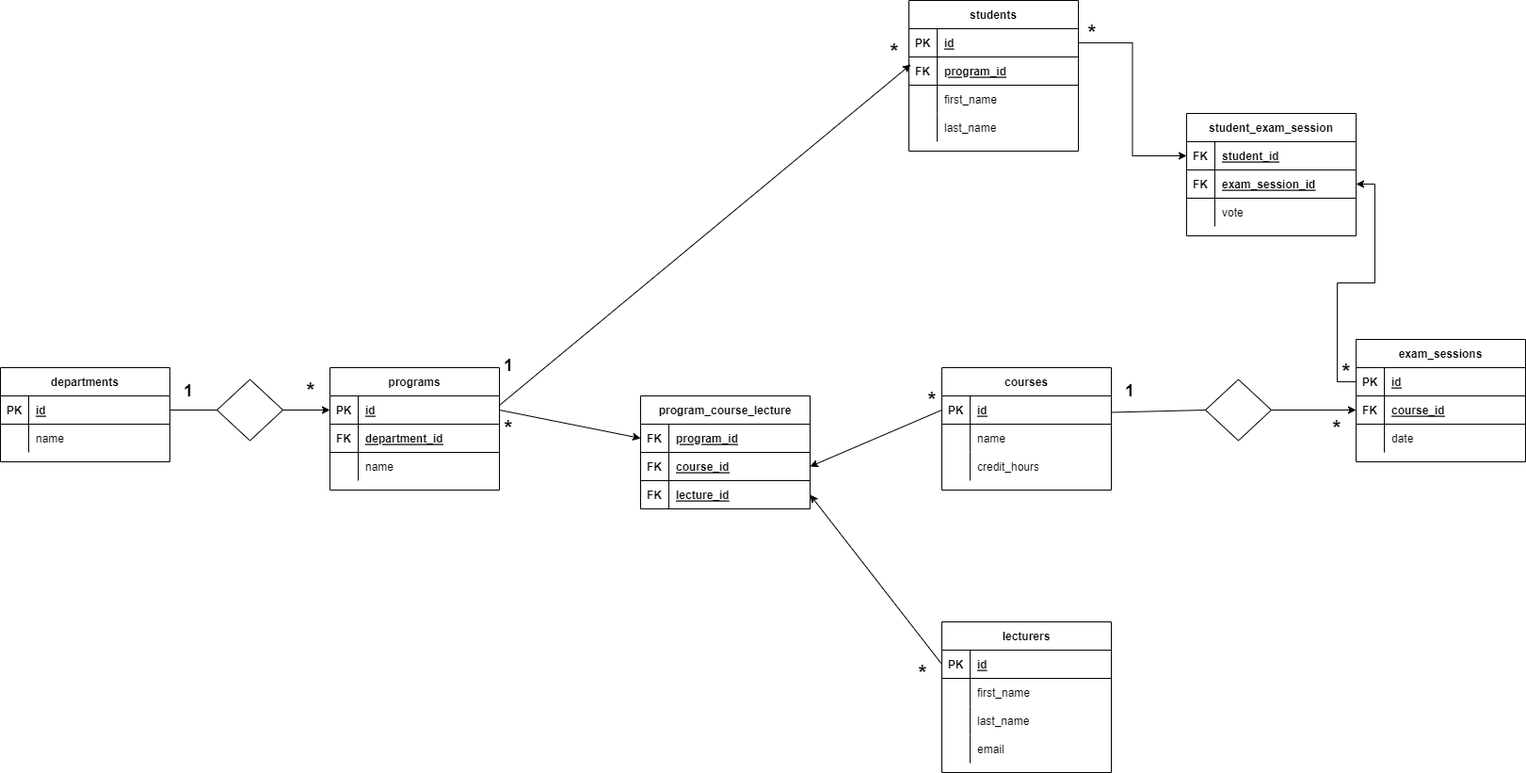
SaBobic/db-university keeps this draw.io diagram as db-university.png. Above is the earlier version. Source tidied: cells renumbered, new cells last; positions are measured from the earlier drawing's top-left corner, leaving out a move shared by most shapes.
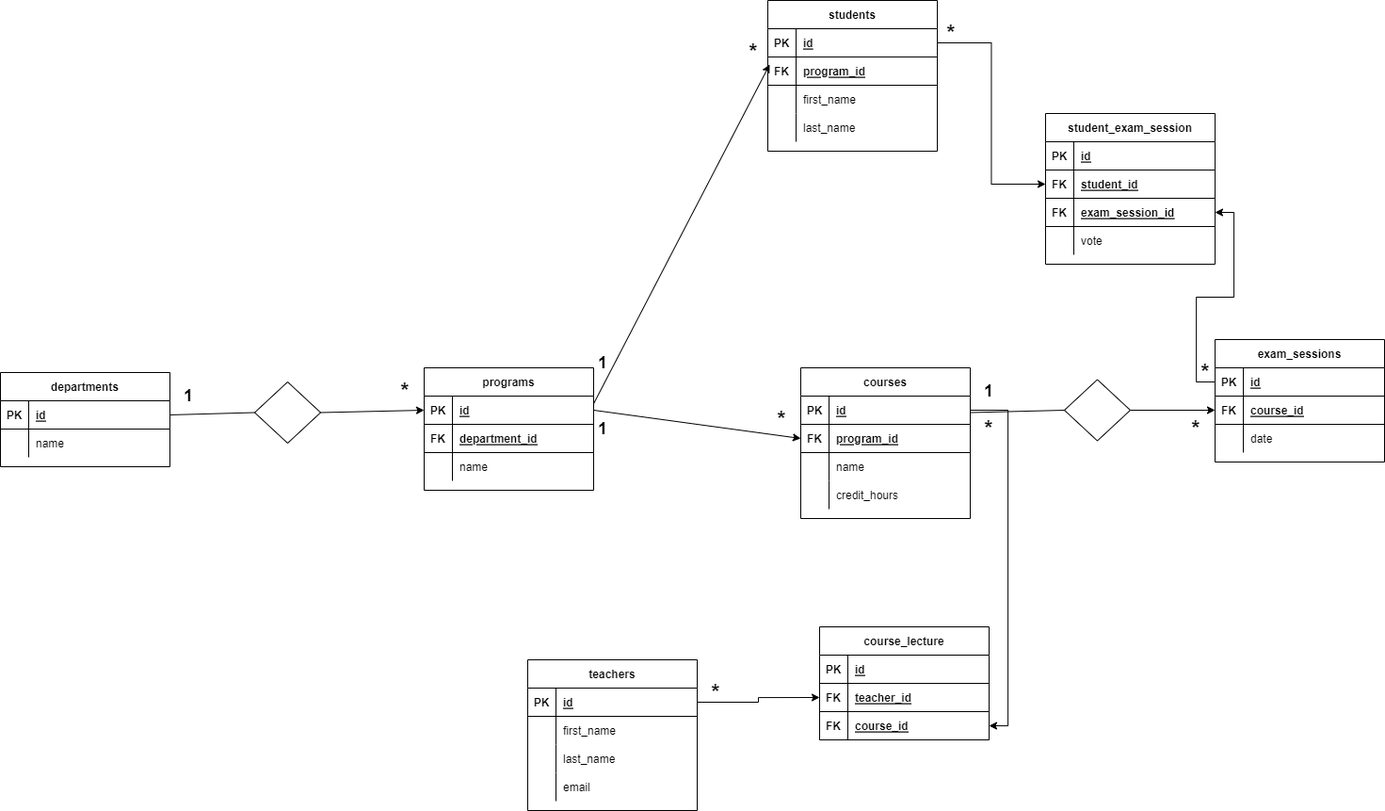
After the change.

The edit, as a diff of the source:
```diff
@@ -5,3 +5,3 @@
     <mxCell id="2" value="departments" style="shape=table;startSize=30;rowLines=0;fontStyle=1;align=center;" parent="1" vertex="1">
-      <mxGeometry y="390" width="180" height="100" as="geometry" />
+      <mxGeometry x="150" y="395" width="180" height="100" as="geometry" />
     </mxCell>
@@ -26,3 +26,3 @@
     <mxCell id="9" value="programs" style="shape=table;startSize=30;rowLines=0;fontStyle=1;align=center;" parent="1" vertex="1">
-      <mxGeometry x="350" y="390" width="180" height="130" as="geometry" />
+      <mxGeometry x="600" y="390" width="180" height="130" as="geometry" />
     </mxCell>
@@ -59,9 +59,6 @@
     <mxCell id="20" value="&lt;b&gt;&lt;font style=&quot;font-size: 18px;&quot;&gt;1&lt;/font&gt;&lt;/b&gt;" style="text;html=1;strokeColor=none;fillColor=none;align=center;verticalAlign=middle;whiteSpace=wrap;rounded=0;" parent="1" vertex="1">
-      <mxGeometry x="170" y="400" width="60" height="30" as="geometry" />
+      <mxGeometry x="320" y="405" width="60" height="30" as="geometry" />
     </mxCell>
-    <mxCell id="21" value="&lt;b&gt;&lt;font style=&quot;font-size: 23px;&quot;&gt;*&lt;/font&gt;&lt;/b&gt;" style="text;html=1;strokeColor=none;fillColor=none;align=center;verticalAlign=middle;whiteSpace=wrap;rounded=0;" parent="1" vertex="1">
-      <mxGeometry x="300" y="400" width="60" height="30" as="geometry" />
-    </mxCell>
     <mxCell id="22" value="courses" style="shape=table;startSize=30;rowLines=0;fontStyle=1;align=center;" parent="1" vertex="1">
-      <mxGeometry x="1000" y="390" width="180" height="130" as="geometry" />
+      <mxGeometry x="1000" y="390" width="180" height="160" as="geometry" />
     </mxCell>
@@ -76,4 +73,13 @@
     </mxCell>
+    <mxCell id="109" style="shape=tableRow;horizontal=0;startSize=0;swimlaneHead=0;swimlaneBody=0;fillColor=none;points=[[0,0.5],[1,0.5]];portConstraint=eastwest;top=0;left=0;right=0;bottom=1;" parent="22" vertex="1">
+      <mxGeometry y="60" width="180" height="30" as="geometry" />
+    </mxCell>
+    <mxCell id="110" value="FK" style="shape=partialRectangle;fillColor=none;top=0;left=0;bottom=0;right=0;fontStyle=1;overflow=hidden;" parent="109" vertex="1">
+      <mxGeometry width="30" height="30" as="geometry" />
+    </mxCell>
+    <mxCell id="38" value="program_id" style="shape=partialRectangle;fillColor=none;top=0;left=0;bottom=0;right=0;align=left;spacingLeft=6;fontStyle=5;overflow=hidden;" parent="109" vertex="1">
+      <mxGeometry x="30" width="150" height="30" as="geometry" />
+    </mxCell>
     <mxCell id="26" style="shape=tableRow;horizontal=0;startSize=0;swimlaneHead=0;swimlaneBody=0;fillColor=none;top=0;left=0;right=0;bottom=0;" parent="22" vertex="1">
-      <mxGeometry y="60" width="180" height="30" as="geometry" />
+      <mxGeometry y="90" width="180" height="30" as="geometry" />
     </mxCell>
@@ -86,3 +92,3 @@
     <mxCell id="29" style="shape=tableRow;horizontal=0;startSize=0;swimlaneHead=0;swimlaneBody=0;fillColor=none;top=0;left=0;right=0;bottom=0;" parent="22" vertex="1">
-      <mxGeometry y="90" width="180" height="30" as="geometry" />
+      <mxGeometry y="120" width="180" height="30" as="geometry" />
     </mxCell>
@@ -94,7 +100,10 @@
     </mxCell>
+    <mxCell id="21" value="&lt;b&gt;&lt;font style=&quot;font-size: 23px;&quot;&gt;*&lt;/font&gt;&lt;/b&gt;" style="text;html=1;strokeColor=none;fillColor=none;align=center;verticalAlign=middle;whiteSpace=wrap;rounded=0;" parent="1" vertex="1">
+      <mxGeometry x="550" y="400" width="60" height="30" as="geometry" />
+    </mxCell>
     <mxCell id="32" value="&lt;b&gt;&lt;font style=&quot;font-size: 23px;&quot;&gt;*&lt;/font&gt;&lt;/b&gt;" style="text;html=1;strokeColor=none;fillColor=none;align=center;verticalAlign=middle;whiteSpace=wrap;rounded=0;" parent="1" vertex="1">
-      <mxGeometry x="960" y="410" width="60" height="30" as="geometry" />
+      <mxGeometry x="950" y="430" width="60" height="30" as="geometry" />
     </mxCell>
     <mxCell id="33" style="rhombus;whiteSpace=wrap;html=1;fontSize=23;" parent="1" vertex="1">
-      <mxGeometry x="230" y="402.5" width="70" height="65" as="geometry" />
+      <mxGeometry x="420" y="405" width="70" height="65" as="geometry" />
     </mxCell>
@@ -103,43 +112,7 @@
     </mxCell>
-    <mxCell id="35" value="program_course_lecture" style="shape=table;startSize=30;rowLines=0;fontStyle=1;align=center;" parent="1" vertex="1">
-      <mxGeometry x="680" y="420" width="180" height="120" as="geometry" />
-    </mxCell>
-    <mxCell id="36" style="shape=tableRow;horizontal=0;startSize=0;swimlaneHead=0;swimlaneBody=0;fillColor=none;points=[[0,0.5],[1,0.5]];portConstraint=eastwest;top=0;left=0;right=0;bottom=1;" parent="35" vertex="1">
-      <mxGeometry y="30" width="180" height="30" as="geometry" />
-    </mxCell>
-    <mxCell id="37" value="FK" style="shape=partialRectangle;fillColor=none;top=0;left=0;bottom=0;right=0;fontStyle=1;overflow=hidden;" parent="36" vertex="1">
-      <mxGeometry width="30" height="30" as="geometry" />
-    </mxCell>
-    <mxCell id="38" value="program_id" style="shape=partialRectangle;fillColor=none;top=0;left=0;bottom=0;right=0;align=left;spacingLeft=6;fontStyle=5;overflow=hidden;" parent="36" vertex="1">
-      <mxGeometry x="30" width="150" height="30" as="geometry" />
-    </mxCell>
-    <mxCell id="39" style="shape=tableRow;horizontal=0;startSize=0;swimlaneHead=0;swimlaneBody=0;fillColor=none;points=[[0,0.5],[1,0.5]];portConstraint=eastwest;top=0;left=0;right=0;bottom=1;" parent="35" vertex="1">
-      <mxGeometry y="60" width="180" height="30" as="geometry" />
-    </mxCell>
-    <mxCell id="40" value="FK" style="shape=partialRectangle;fillColor=none;top=0;left=0;bottom=0;right=0;fontStyle=1;overflow=hidden;" parent="39" vertex="1">
-      <mxGeometry width="30" height="30" as="geometry" />
-    </mxCell>
-    <mxCell id="41" value="course_id" style="shape=partialRectangle;fillColor=none;top=0;left=0;bottom=0;right=0;align=left;spacingLeft=6;fontStyle=5;overflow=hidden;" parent="39" vertex="1">
-      <mxGeometry x="30" width="150" height="30" as="geometry" />
-    </mxCell>
-    <mxCell id="42" style="shape=tableRow;horizontal=0;startSize=0;swimlaneHead=0;swimlaneBody=0;fillColor=none;points=[[0,0.5],[1,0.5]];portConstraint=eastwest;top=0;left=0;right=0;bottom=1;" parent="35" vertex="1">
-      <mxGeometry y="90" width="180" height="30" as="geometry" />
-    </mxCell>
-    <mxCell id="43" value="FK" style="shape=partialRectangle;fillColor=none;top=0;left=0;bottom=0;right=0;fontStyle=1;overflow=hidden;" parent="42" vertex="1">
-      <mxGeometry width="30" height="30" as="geometry" />
-    </mxCell>
-    <mxCell id="44" value="lecture_id" style="shape=partialRectangle;fillColor=none;top=0;left=0;bottom=0;right=0;align=left;spacingLeft=6;fontStyle=5;overflow=hidden;" parent="42" vertex="1">
-      <mxGeometry x="30" width="150" height="30" as="geometry" />
-    </mxCell>
-    <mxCell id="45" style="endArrow=classic;html=1;rounded=0;fontSize=23;exitX=1;exitY=0.5;exitDx=0;exitDy=0;entryX=0;entryY=0.5;entryDx=0;entryDy=0;" parent="1" edge="1" source="10" target="36">
+    <mxCell id="45" style="endArrow=classic;html=1;rounded=0;fontSize=23;exitX=1;exitY=0.5;exitDx=0;exitDy=0;entryX=0;entryY=0.5;entryDx=0;entryDy=0;" parent="1" edge="1" source="10" target="109">
       <mxGeometry relative="1" as="geometry" />
     </mxCell>
-    <mxCell id="46" style="endArrow=classic;html=1;rounded=0;fontSize=23;exitX=0;exitY=0.5;exitDx=0;exitDy=0;entryX=1;entryY=0.5;entryDx=0;entryDy=0;" parent="1" edge="1" source="23" target="39">
-      <mxGeometry relative="1" as="geometry" />
-    </mxCell>
-    <mxCell id="47" value="&lt;b&gt;&lt;font style=&quot;font-size: 23px;&quot;&gt;*&lt;/font&gt;&lt;/b&gt;" style="text;html=1;strokeColor=none;fillColor=none;align=center;verticalAlign=middle;whiteSpace=wrap;rounded=0;" parent="1" vertex="1">
-      <mxGeometry x="510" y="440" width="60" height="30" as="geometry" />
-    </mxCell>
-    <mxCell id="48" value="lecturers" style="shape=table;startSize=30;rowLines=0;fontStyle=1;align=center;" parent="1" vertex="1">
-      <mxGeometry x="1000" y="660" width="180" height="160" as="geometry" />
+    <mxCell id="48" value="teachers" style="shape=table;startSize=30;rowLines=0;fontStyle=1;align=center;" parent="1" vertex="1">
+      <mxGeometry x="710" y="700" width="180" height="160" as="geometry" />
     </mxCell>
@@ -181,5 +154,2 @@
     </mxCell>
-    <mxCell id="61" style="endArrow=classic;html=1;rounded=0;fontSize=23;exitX=0;exitY=0.5;exitDx=0;exitDy=0;entryX=1;entryY=0.5;entryDx=0;entryDy=0;" parent="1" edge="1" source="49" target="42">
-      <mxGeometry relative="1" as="geometry" />
-    </mxCell>
     <mxCell id="62" value="exam_sessions" style="shape=table;startSize=30;rowLines=0;fontStyle=1;align=center;" parent="1" vertex="1">
@@ -225,5 +195,2 @@
     </mxCell>
-    <mxCell id="75" value="&lt;b&gt;&lt;font style=&quot;font-size: 23px;&quot;&gt;*&lt;/font&gt;&lt;/b&gt;" style="text;html=1;strokeColor=none;fillColor=none;align=center;verticalAlign=middle;whiteSpace=wrap;rounded=0;" parent="1" vertex="1">
-      <mxGeometry x="950" y="700" width="60" height="30" as="geometry" />
-    </mxCell>
     <mxCell id="76" value="&lt;b&gt;&lt;font style=&quot;font-size: 23px;&quot;&gt;*&lt;/font&gt;&lt;/b&gt;" style="text;html=1;strokeColor=none;fillColor=none;align=center;verticalAlign=middle;whiteSpace=wrap;rounded=0;" parent="1" vertex="1">
@@ -273,9 +240,7 @@
     </mxCell>
-    <mxCell id="91" style="endArrow=classic;html=1;rounded=0;fontSize=23;exitX=1;exitY=0.5;exitDx=0;exitDy=0;entryX=0.011;entryY=0.267;entryDx=0;entryDy=0;entryPerimeter=0;" parent="1" edge="1" target="82">
-      <mxGeometry relative="1" as="geometry">
-        <mxPoint x="530" y="430" as="sourcePoint" />
-      </mxGeometry>
+    <mxCell id="91" style="endArrow=classic;html=1;rounded=0;fontSize=23;exitX=1.002;exitY=0.249;exitDx=0;exitDy=0;entryX=0.011;entryY=0.267;entryDx=0;entryDy=0;entryPerimeter=0;exitPerimeter=0;" parent="1" edge="1" source="10" target="82">
+      <mxGeometry relative="1" as="geometry" />
     </mxCell>
     <mxCell id="92" value="&lt;b&gt;&lt;font style=&quot;font-size: 18px;&quot;&gt;1&lt;/font&gt;&lt;/b&gt;" style="text;html=1;strokeColor=none;fillColor=none;align=center;verticalAlign=middle;whiteSpace=wrap;rounded=0;" parent="1" vertex="1">
-      <mxGeometry x="510" y="372.5" width="60" height="30" as="geometry" />
+      <mxGeometry x="760" y="370" width="60" height="30" as="geometry" />
     </mxCell>
@@ -285,6 +250,15 @@
     <mxCell id="94" value="student_exam_session" style="shape=table;startSize=30;rowLines=0;fontStyle=1;align=center;" parent="1" vertex="1">
-      <mxGeometry x="1260" y="120" width="180" height="130" as="geometry" />
+      <mxGeometry x="1260" y="120" width="180" height="160" as="geometry" />
     </mxCell>
+    <mxCell id="111" style="shape=tableRow;horizontal=0;startSize=0;swimlaneHead=0;swimlaneBody=0;fillColor=none;top=0;left=0;right=0;bottom=1;" parent="94" vertex="1">
+      <mxGeometry y="30" width="180" height="30" as="geometry" />
+    </mxCell>
+    <mxCell id="112" value="PK" style="shape=partialRectangle;fillColor=none;top=0;left=0;bottom=0;right=0;fontStyle=1;overflow=hidden;" parent="111" vertex="1">
+      <mxGeometry width="30" height="30" as="geometry" />
+    </mxCell>
+    <mxCell id="113" value="id" style="shape=partialRectangle;fillColor=none;top=0;left=0;bottom=0;right=0;align=left;spacingLeft=6;fontStyle=5;overflow=hidden;" parent="111" vertex="1">
+      <mxGeometry x="30" width="150" height="30" as="geometry" />
+    </mxCell>
     <mxCell id="95" style="shape=tableRow;horizontal=0;startSize=0;swimlaneHead=0;swimlaneBody=0;fillColor=none;points=[[0,0.5],[1,0.5]];portConstraint=eastwest;top=0;left=0;right=0;bottom=1;" parent="94" vertex="1">
-      <mxGeometry y="30" width="180" height="30" as="geometry" />
+      <mxGeometry y="60" width="180" height="30" as="geometry" />
     </mxCell>
@@ -297,3 +271,3 @@
     <mxCell id="98" style="shape=tableRow;horizontal=0;startSize=0;swimlaneHead=0;swimlaneBody=0;fillColor=none;points=[[0,0.5],[1,0.5]];portConstraint=eastwest;top=0;left=0;right=0;bottom=1;" parent="94" vertex="1">
-      <mxGeometry y="60" width="180" height="30" as="geometry" />
+      <mxGeometry y="90" width="180" height="30" as="geometry" />
     </mxCell>
@@ -306,3 +280,3 @@
     <mxCell id="101" style="shape=tableRow;horizontal=0;startSize=0;swimlaneHead=0;swimlaneBody=0;fillColor=none;top=0;left=0;right=0;bottom=0;" parent="94" vertex="1">
-      <mxGeometry y="90" width="180" height="30" as="geometry" />
+      <mxGeometry y="120" width="180" height="30" as="geometry" />
     </mxCell>
@@ -329,2 +303,47 @@
     </mxCell>
+    <mxCell id="114" value="&lt;b&gt;&lt;font style=&quot;font-size: 18px;&quot;&gt;1&lt;/font&gt;&lt;/b&gt;" style="text;html=1;strokeColor=none;fillColor=none;align=center;verticalAlign=middle;whiteSpace=wrap;rounded=0;" parent="1" vertex="1">
+      <mxGeometry x="760" y="440" width="60" height="30" as="geometry" />
+    </mxCell>
+    <mxCell id="115" value="course_lecture" style="shape=table;startSize=30;rowLines=0;fontStyle=1;align=center;" parent="1" vertex="1">
+      <mxGeometry x="1020" y="665" width="180" height="120" as="geometry" />
+    </mxCell>
+    <mxCell id="116" style="shape=tableRow;horizontal=0;startSize=0;swimlaneHead=0;swimlaneBody=0;fillColor=none;top=0;left=0;right=0;bottom=1;" parent="115" vertex="1">
+      <mxGeometry y="30" width="180" height="30" as="geometry" />
+    </mxCell>
+    <mxCell id="117" value="PK" style="shape=partialRectangle;fillColor=none;top=0;left=0;bottom=0;right=0;fontStyle=1;overflow=hidden;" parent="116" vertex="1">
+      <mxGeometry width="30" height="30" as="geometry" />
+    </mxCell>
+    <mxCell id="118" value="id" style="shape=partialRectangle;fillColor=none;top=0;left=0;bottom=0;right=0;align=left;spacingLeft=6;fontStyle=5;overflow=hidden;" parent="116" vertex="1">
+      <mxGeometry x="30" width="150" height="30" as="geometry" />
+    </mxCell>
+    <mxCell id="119" style="shape=tableRow;horizontal=0;startSize=0;swimlaneHead=0;swimlaneBody=0;fillColor=none;points=[[0,0.5],[1,0.5]];portConstraint=eastwest;top=0;left=0;right=0;bottom=1;" parent="115" vertex="1">
+      <mxGeometry y="60" width="180" height="30" as="geometry" />
+    </mxCell>
+    <mxCell id="120" value="FK" style="shape=partialRectangle;fillColor=none;top=0;left=0;bottom=0;right=0;fontStyle=1;overflow=hidden;" parent="119" vertex="1">
+      <mxGeometry width="30" height="30" as="geometry" />
+    </mxCell>
+    <mxCell id="121" value="teacher_id" style="shape=partialRectangle;fillColor=none;top=0;left=0;bottom=0;right=0;align=left;spacingLeft=6;fontStyle=5;overflow=hidden;" parent="119" vertex="1">
+      <mxGeometry x="30" width="150" height="30" as="geometry" />
+    </mxCell>
+    <mxCell id="42" style="shape=tableRow;horizontal=0;startSize=0;swimlaneHead=0;swimlaneBody=0;fillColor=none;points=[[0,0.5],[1,0.5]];portConstraint=eastwest;top=0;left=0;right=0;bottom=1;" parent="115" vertex="1">
+      <mxGeometry y="90" width="180" height="30" as="geometry" />
+    </mxCell>
+    <mxCell id="122" value="FK" style="shape=partialRectangle;fillColor=none;top=0;left=0;bottom=0;right=0;fontStyle=1;overflow=hidden;" parent="42" vertex="1">
+      <mxGeometry width="30" height="30" as="geometry" />
+    </mxCell>
+    <mxCell id="41" value="course_id" style="shape=partialRectangle;fillColor=none;top=0;left=0;bottom=0;right=0;align=left;spacingLeft=6;fontStyle=5;overflow=hidden;" parent="42" vertex="1">
+      <mxGeometry x="30" width="150" height="30" as="geometry" />
+    </mxCell>
+    <mxCell id="123" style="edgeStyle=orthogonalEdgeStyle;rounded=0;jettySize=auto;html=1;entryX=0;entryY=0.5;entryDx=0;entryDy=0;fontSize=23;" parent="1" edge="1" source="49" target="119">
+      <mxGeometry relative="1" as="geometry" />
+    </mxCell>
+    <mxCell id="124" style="edgeStyle=orthogonalEdgeStyle;rounded=0;jettySize=auto;html=1;entryX=1;entryY=0.5;entryDx=0;entryDy=0;fontSize=23;exitX=1;exitY=0.5;exitDx=0;exitDy=0;" parent="1" edge="1" source="23" target="42">
+      <mxGeometry relative="1" as="geometry" />
+    </mxCell>
+    <mxCell id="125" value="&lt;b&gt;&lt;font style=&quot;font-size: 23px;&quot;&gt;*&lt;/font&gt;&lt;/b&gt;" style="text;html=1;strokeColor=none;fillColor=none;align=center;verticalAlign=middle;whiteSpace=wrap;rounded=0;" parent="1" vertex="1">
+      <mxGeometry x="1170" y="440" width="60" height="30" as="geometry" />
+    </mxCell>
+    <mxCell id="126" value="&lt;b&gt;&lt;font style=&quot;font-size: 23px;&quot;&gt;*&lt;/font&gt;&lt;/b&gt;" style="text;html=1;strokeColor=none;fillColor=none;align=center;verticalAlign=middle;whiteSpace=wrap;rounded=0;" parent="1" vertex="1">
+      <mxGeometry x="880" y="720" width="60" height="30" as="geometry" />
+    </mxCell>
   </root>
```
